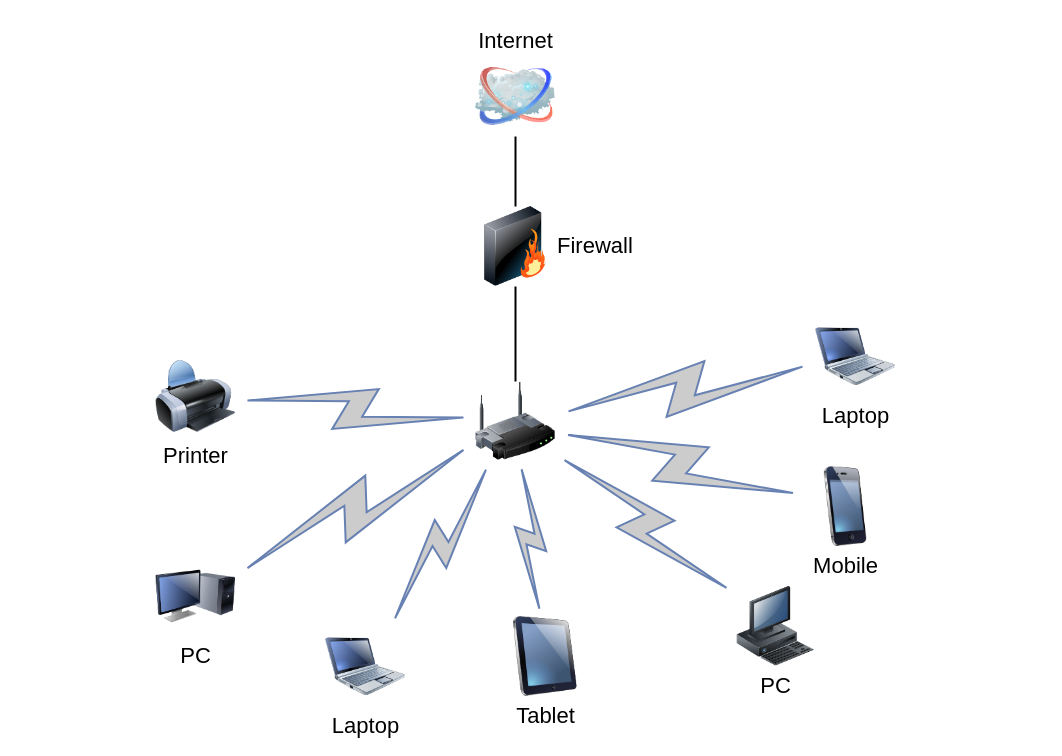
The draw.io diagram Untitled Diagram.drawio in vkibit/nodejs_projet, before the edit. Source tidied: cells renumbered, new cells numbered last; positions are measured from the earlier drawing's top-left corner, leaving out a move shared by most shapes. Both pictures are drawn from the tidied source at 100%, with x=0, y=0 at pixel (155, 56).
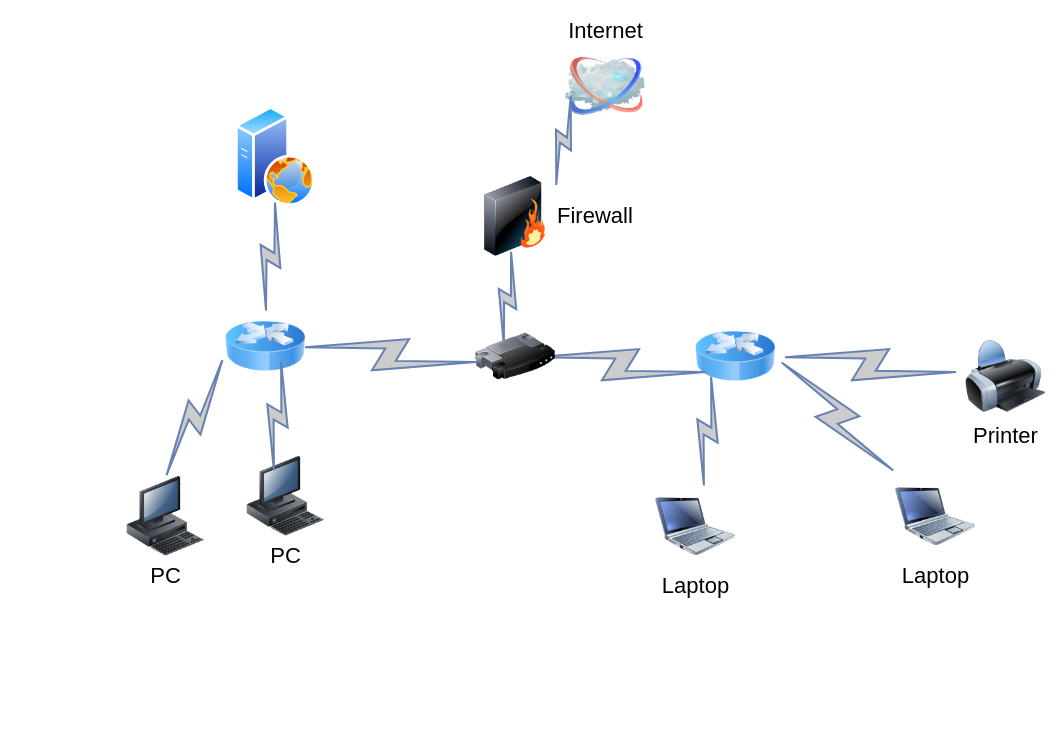
The same diagram, later.

Commit message:
OPC_Projet3_network_architecture

What changed in the source:
```diff
@@
-    <mxCell id="2" style="edgeStyle=none;rounded=0;html=1;labelBackgroundColor=none;endArrow=none;strokeWidth=2;fontFamily=Verdana;fontSize=22;" parent="1" edge="1" source="3" target="6">
-      <mxGeometry relative="1" as="geometry" />
-    </mxCell>
-    <mxCell id="3" style="image;html=1;labelBackgroundColor=#ffffff;image=img/lib/clip_art/networking/Wireless_Router_128x128.png;rounded=1;shadow=0;comic=0;strokeWidth=2;fontSize=22;" parent="1" vertex="1">
-      <mxGeometry x="320" y="325" width="80" height="80" as="geometry" />
-    </mxCell>
     <mxCell id="4" value="Internet" style="image;html=1;labelBackgroundColor=#ffffff;image=img/lib/clip_art/networking/Cloud_128x128.png;rounded=1;shadow=0;comic=0;strokeWidth=2;fontSize=22;labelPosition=center;verticalLabelPosition=top;align=center;verticalAlign=bottom;" parent="1" vertex="1">
-      <mxGeometry x="320" width="80" height="80" as="geometry" />
+      <mxGeometry x="410" y="-10" width="80" height="80" as="geometry" />
     </mxCell>
-    <mxCell id="5" style="edgeStyle=none;rounded=0;html=1;labelBackgroundColor=none;endArrow=none;strokeWidth=2;fontFamily=Verdana;fontSize=22;" parent="1" edge="1" source="6" target="4">
-      <mxGeometry relative="1" as="geometry" />
-    </mxCell>
     <mxCell id="6" value="Firewall" style="image;html=1;labelBackgroundColor=#ffffff;image=img/lib/clip_art/networking/Firewall_128x128.png;rounded=1;shadow=0;comic=0;strokeWidth=2;fontSize=22;labelPosition=right;verticalLabelPosition=middle;align=left;verticalAlign=middle;" parent="1" vertex="1">
-      <mxGeometry x="320" y="150" width="80" height="80" as="geometry" />
+      <mxGeometry x="320" y="120" width="80" height="80" as="geometry" />
     </mxCell>
-    <mxCell id="7" value="Tablet" style="image;html=1;labelBackgroundColor=#ffffff;image=img/lib/clip_art/computers/iPad_128x128.png;rounded=1;shadow=0;comic=0;strokeWidth=2;fontSize=22;" parent="1" vertex="1">
-      <mxGeometry x="350" y="560" width="80" height="80" as="geometry" />
-    </mxCell>
-    <mxCell id="8" value="PC" style="image;html=1;labelBackgroundColor=#ffffff;image=img/lib/clip_art/computers/Monitor_Tower_128x128.png;rounded=1;shadow=0;comic=0;strokeWidth=2;fontSize=22;" parent="1" vertex="1">
-      <mxGeometry y="500" width="80" height="80" as="geometry" />
-    </mxCell>
     <mxCell id="9" value="Printer" style="image;html=1;labelBackgroundColor=#ffffff;image=img/lib/clip_art/computers/Printer_128x128.png;rounded=1;shadow=0;comic=0;strokeWidth=2;fontSize=22;" parent="1" vertex="1">
-      <mxGeometry y="300" width="80" height="80" as="geometry" />
+      <mxGeometry x="810" y="280" width="80" height="80" as="geometry" />
     </mxCell>
     <mxCell id="10" value="PC" style="image;html=1;labelBackgroundColor=#ffffff;image=img/lib/clip_art/computers/Workstation_128x128.png;rounded=1;shadow=0;comic=0;strokeWidth=2;fontSize=22;" parent="1" vertex="1">
-      <mxGeometry x="580" y="530" width="80" height="80" as="geometry" />
+      <mxGeometry x="90" y="400" width="80" height="80" as="geometry" />
     </mxCell>
-    <mxCell id="11" value="Mobile" style="image;html=1;labelBackgroundColor=#ffffff;image=img/lib/clip_art/telecommunication/iPhone_128x128.png;rounded=1;shadow=0;comic=0;strokeWidth=2;fontSize=22;" parent="1" vertex="1">
-      <mxGeometry x="650" y="410" width="80" height="80" as="geometry" />
-    </mxCell>
     <mxCell id="12" value="Laptop" style="image;html=1;labelBackgroundColor=#ffffff;image=img/lib/clip_art/computers/Netbook_128x128.png;rounded=1;shadow=0;comic=0;strokeColor=#000000;strokeWidth=2;fillColor=#FFFFFF;fontSize=22;fontColor=#000000;" parent="1" vertex="1">
-      <mxGeometry x="660" y="260" width="80" height="80" as="geometry" />
+      <mxGeometry x="500" y="430" width="80" height="80" as="geometry" />
     </mxCell>
     <mxCell id="13" value="Laptop" style="image;html=1;labelBackgroundColor=#ffffff;image=img/lib/clip_art/computers/Netbook_128x128.png;rounded=1;shadow=0;comic=0;strokeWidth=2;fontSize=22;" parent="1" vertex="1">
-      <mxGeometry x="170" y="570" width="80" height="80" as="geometry" />
+      <mxGeometry x="740" y="420" width="80" height="80" as="geometry" />
     </mxCell>
-    <mxCell id="14" style="html=1;fillColor=#CCCCCC;strokeColor=#6881B3;gradientColor=none;gradientDirection=north;strokeWidth=2;shape=mxgraph.networks.comm_link_edge;html=1;labelBackgroundColor=none;endArrow=none;fontFamily=Verdana;fontSize=22;fontColor=#000000;" parent="1" edge="1" source="9" target="3">
-      <mxGeometry relative="1" as="geometry" />
+    <mxCell id="14" style="html=1;fillColor=#CCCCCC;strokeColor=#6881B3;gradientColor=none;gradientDirection=north;strokeWidth=2;shape=mxgraph.networks.comm_link_edge;html=1;labelBackgroundColor=none;endArrow=none;fontFamily=Verdana;fontSize=22;fontColor=#000000;entryX=1;entryY=0.5;entryDx=0;entryDy=0;" parent="1" edge="1" source="9" target="21">
+      <mxGeometry relative="1" as="geometry">
+        <Array as="points">
+          <mxPoint x="740" y="310" />
+          <mxPoint x="650" y="210" />
+          <mxPoint x="540" y="310" />
+          <mxPoint x="600" y="280" />
+        </Array>
+      </mxGeometry>
     </mxCell>
-    <mxCell id="15" style="html=1;fillColor=#CCCCCC;strokeColor=#6881B3;gradientColor=none;gradientDirection=north;strokeWidth=2;shape=mxgraph.networks.comm_link_edge;html=1;labelBackgroundColor=none;endArrow=none;fontFamily=Verdana;fontSize=22;fontColor=#000000;fontStyle=1;" parent="1" edge="1" source="8" target="3">
-      <mxGeometry relative="1" as="geometry" />
-    </mxCell>
-    <mxCell id="16" style="html=1;fillColor=#CCCCCC;strokeColor=#6881B3;gradientColor=none;gradientDirection=north;strokeWidth=2;shape=mxgraph.networks.comm_link_edge;html=1;labelBackgroundColor=none;endArrow=none;fontFamily=Verdana;fontSize=22;fontColor=#000000;" parent="1" edge="1" source="13" target="3">
-      <mxGeometry relative="1" as="geometry" />
-    </mxCell>
-    <mxCell id="17" style="html=1;fillColor=#CCCCCC;strokeColor=#6881B3;gradientColor=none;gradientDirection=north;strokeWidth=2;shape=mxgraph.networks.comm_link_edge;html=1;labelBackgroundColor=none;endArrow=none;fontFamily=Verdana;fontSize=22;fontColor=#000000;" parent="1" edge="1" source="7" target="3">
-      <mxGeometry relative="1" as="geometry" />
-    </mxCell>
-    <mxCell id="18" style="html=1;fillColor=#CCCCCC;strokeColor=#6881B3;gradientColor=none;gradientDirection=north;strokeWidth=2;shape=mxgraph.networks.comm_link_edge;html=1;labelBackgroundColor=none;endArrow=none;fontFamily=Verdana;fontSize=22;fontColor=#000000;" parent="1" edge="1" source="10" target="3">
-      <mxGeometry relative="1" as="geometry" />
-    </mxCell>
-    <mxCell id="19" style="html=1;fillColor=#CCCCCC;strokeColor=#6881B3;gradientColor=none;gradientDirection=north;strokeWidth=2;shape=mxgraph.networks.comm_link_edge;html=1;labelBackgroundColor=none;endArrow=none;fontFamily=Verdana;fontSize=22;fontColor=#000000;" parent="1" edge="1" source="11" target="3">
-      <mxGeometry relative="1" as="geometry" />
-    </mxCell>
-    <mxCell id="20" style="html=1;fillColor=#CCCCCC;strokeColor=#6881B3;gradientColor=none;gradientDirection=north;strokeWidth=2;shape=mxgraph.networks.comm_link_edge;html=1;labelBackgroundColor=none;endArrow=none;fontFamily=Verdana;fontSize=22;fontColor=#000000;" parent="1" edge="1" source="12" target="3">
-      <mxGeometry relative="1" as="geometry" />
-    </mxCell>
+    <mxCell id="21" style="image;html=1;image=img/lib/clip_art/networking/Router_Icon_128x128.png;" parent="1" vertex="1">
+      <mxGeometry x="540" y="260" width="80" height="80" as="geometry" />
+    </mxCell>
+    <mxCell id="22" style="html=1;fillColor=#CCCCCC;strokeColor=#6881B3;gradientColor=none;gradientDirection=north;strokeWidth=2;shape=mxgraph.networks.comm_link_edge;html=1;labelBackgroundColor=none;endArrow=none;fontFamily=Verdana;fontSize=22;fontColor=#000000;" parent="1" edge="1" source="13" target="21">
+      <mxGeometry relative="1" as="geometry">
+        <Array as="points">
+          <mxPoint x="690" y="360" />
+          <mxPoint x="670" y="330" />
+          <mxPoint x="600" y="260" />
+          <mxPoint x="490" y="360" />
+          <mxPoint x="600" y="300" />
+        </Array>
+      </mxGeometry>
+    </mxCell>
+    <mxCell id="23" style="html=1;fillColor=#CCCCCC;strokeColor=#6881B3;gradientColor=none;gradientDirection=north;strokeWidth=2;shape=mxgraph.networks.comm_link_edge;html=1;labelBackgroundColor=none;endArrow=none;fontFamily=Verdana;fontSize=22;fontColor=#000000;entryX=1.075;entryY=0.675;entryDx=0;entryDy=0;entryPerimeter=0;exitX=0.6;exitY=0.063;exitDx=0;exitDy=0;exitPerimeter=0;" parent="1" edge="1" source="12">
+      <mxGeometry relative="1" as="geometry">
+        <mxPoint x="556" y="314" as="targetPoint" />
+        <Array as="points">
+          <mxPoint x="620" y="360" />
+          <mxPoint x="530" y="260" />
+          <mxPoint x="420" y="360" />
+          <mxPoint x="480" y="330" />
+        </Array>
+      </mxGeometry>
+    </mxCell>
+    <mxCell id="24" style="html=1;fillColor=#CCCCCC;strokeColor=#6881B3;gradientColor=none;gradientDirection=north;strokeWidth=2;shape=mxgraph.networks.comm_link_edge;html=1;labelBackgroundColor=none;endArrow=none;fontFamily=Verdana;fontSize=22;fontColor=#000000;entryX=1;entryY=0.5;entryDx=0;entryDy=0;" parent="1" edge="1">
+      <mxGeometry relative="1" as="geometry">
+        <mxPoint x="560" y="316.4" as="sourcePoint" />
+        <mxPoint x="370" y="300" as="targetPoint" />
+        <Array as="points">
+          <mxPoint x="490" y="310" />
+          <mxPoint x="400" y="210" />
+          <mxPoint x="290" y="310" />
+          <mxPoint x="350" y="280" />
+        </Array>
+      </mxGeometry>
+    </mxCell>
+    <mxCell id="25" style="image;html=1;image=img/lib/clip_art/networking/Router_Icon_128x128.png;" parent="1" vertex="1">
+      <mxGeometry x="70" y="250" width="80" height="80" as="geometry" />
+    </mxCell>
+    <mxCell id="26" style="html=1;fillColor=#CCCCCC;strokeColor=#6881B3;gradientColor=none;gradientDirection=north;strokeWidth=2;shape=mxgraph.networks.comm_link_edge;html=1;labelBackgroundColor=none;endArrow=none;fontFamily=Verdana;fontSize=22;fontColor=#000000;entryX=1;entryY=0.5;entryDx=0;entryDy=0;" parent="1" edge="1">
+      <mxGeometry relative="1" as="geometry">
+        <mxPoint x="330" y="306.4" as="sourcePoint" />
+        <mxPoint x="140" y="290" as="targetPoint" />
+        <Array as="points">
+          <mxPoint x="260" y="300" />
+          <mxPoint x="170" y="200" />
+          <mxPoint x="60" y="300" />
+          <mxPoint x="120" y="270" />
+        </Array>
+      </mxGeometry>
+    </mxCell>
+    <mxCell id="27" style="perimeter=ellipsePerimeter;html=1;align=center;shadow=0;dashed=0;spacingTop=3;image;image=img/lib/active_directory/web_server.svg;" parent="1" vertex="1">
+      <mxGeometry x="80" y="50" width="80" height="100" as="geometry" />
+    </mxCell>
+    <mxCell id="28" style="html=1;fillColor=#CCCCCC;strokeColor=#6881B3;gradientColor=none;gradientDirection=north;strokeWidth=2;shape=mxgraph.networks.comm_link_edge;html=1;labelBackgroundColor=none;endArrow=none;fontFamily=Verdana;fontSize=22;fontColor=#000000;" parent="1" edge="1">
+      <mxGeometry relative="1" as="geometry">
+        <mxPoint x="110" y="260" as="sourcePoint" />
+        <mxPoint x="120" y="140" as="targetPoint" />
+        <Array as="points">
+          <mxPoint x="190" y="200" />
+          <mxPoint x="170" y="170" />
+          <mxPoint x="100" y="100" />
+          <mxPoint x="-10" y="200" />
+          <mxPoint x="100" y="140" />
+        </Array>
+      </mxGeometry>
+    </mxCell>
+    <mxCell id="29" style="html=1;fillColor=#CCCCCC;strokeColor=#6881B3;gradientColor=none;gradientDirection=north;strokeWidth=2;shape=mxgraph.networks.comm_link_edge;html=1;labelBackgroundColor=none;endArrow=none;fontFamily=Verdana;fontSize=22;fontColor=#000000;exitX=0.6;exitY=0.063;exitDx=0;exitDy=0;exitPerimeter=0;" parent="1" edge="1">
+      <mxGeometry relative="1" as="geometry">
+        <mxPoint x="348" y="295" as="sourcePoint" />
+        <mxPoint x="356" y="190" as="targetPoint" />
+        <Array as="points">
+          <mxPoint x="420" y="220" />
+          <mxPoint x="330" y="120" />
+          <mxPoint x="220" y="220" />
+          <mxPoint x="280" y="190" />
+        </Array>
+      </mxGeometry>
+    </mxCell>
+    <mxCell id="30" style="image;html=1;image=img/lib/clip_art/networking/Router_128x128.png;" parent="1" vertex="1">
+      <mxGeometry x="320" y="260" width="80" height="80" as="geometry" />
+    </mxCell>
+    <mxCell id="31" style="html=1;fillColor=#CCCCCC;strokeColor=#6881B3;gradientColor=none;gradientDirection=north;strokeWidth=2;shape=mxgraph.networks.comm_link_edge;html=1;labelBackgroundColor=none;endArrow=none;fontFamily=Verdana;fontSize=22;fontColor=#000000;entryX=1.075;entryY=0.675;entryDx=0;entryDy=0;entryPerimeter=0;" parent="1" edge="1" source="6">
+      <mxGeometry relative="1" as="geometry">
+        <mxPoint x="416" y="34" as="targetPoint" />
+        <Array as="points">
+          <mxPoint x="480" y="80" />
+          <mxPoint x="390" y="-20" />
+          <mxPoint x="280" y="80" />
+          <mxPoint x="340" y="50" />
+        </Array>
+      </mxGeometry>
+    </mxCell>
+    <mxCell id="32" style="html=1;fillColor=#CCCCCC;strokeColor=#6881B3;gradientColor=none;gradientDirection=north;strokeWidth=2;shape=mxgraph.networks.comm_link_edge;html=1;labelBackgroundColor=none;endArrow=none;fontFamily=Verdana;fontSize=22;fontColor=#000000;exitX=0.6;exitY=0.063;exitDx=0;exitDy=0;exitPerimeter=0;" parent="1" edge="1" target="25">
+      <mxGeometry relative="1" as="geometry">
+        <mxPoint x="8" y="425" as="sourcePoint" />
+        <Array as="points">
+          <mxPoint x="80" y="350" />
+          <mxPoint x="-10" y="250" />
+          <mxPoint x="-120" y="350" />
+          <mxPoint x="-60" y="320" />
+        </Array>
+      </mxGeometry>
+    </mxCell>
+    <mxCell id="33" style="html=1;fillColor=#CCCCCC;strokeColor=#6881B3;gradientColor=none;gradientDirection=north;strokeWidth=2;shape=mxgraph.networks.comm_link_edge;html=1;labelBackgroundColor=none;endArrow=none;fontFamily=Verdana;fontSize=22;fontColor=#000000;entryX=1.075;entryY=0.675;entryDx=0;entryDy=0;entryPerimeter=0;exitX=0.6;exitY=0.063;exitDx=0;exitDy=0;exitPerimeter=0;" parent="1" edge="1">
+      <mxGeometry relative="1" as="geometry">
+        <mxPoint x="118" y="420" as="sourcePoint" />
+        <mxPoint x="126" y="299" as="targetPoint" />
+        <Array as="points">
+          <mxPoint x="190" y="345" />
+          <mxPoint x="100" y="245" />
+          <mxPoint x="-10" y="345" />
+          <mxPoint x="50" y="315" />
+        </Array>
+      </mxGeometry>
+    </mxCell>
+    <mxCell id="8" value="PC" style="image;html=1;labelBackgroundColor=#ffffff;image=img/lib/clip_art/computers/Workstation_128x128.png;rounded=1;shadow=0;comic=0;strokeWidth=2;fontSize=22;" parent="1" vertex="1">
+      <mxGeometry x="-30" y="420" width="80" height="80" as="geometry" />
+    </mxCell>
```
